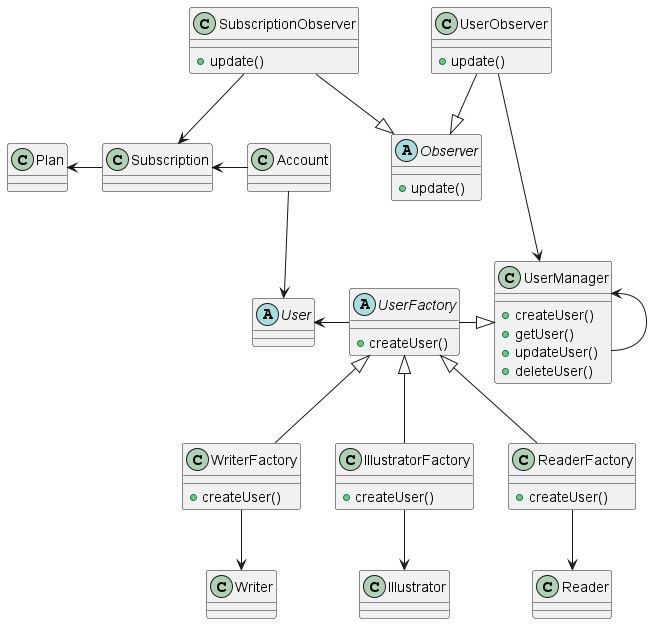
Earlier version of the PlantUML export assets/Class Diagrams/ArtCollab_UserContext.png (Aplicaciones-Web-WX53-Group2-ArtCollab/Report).
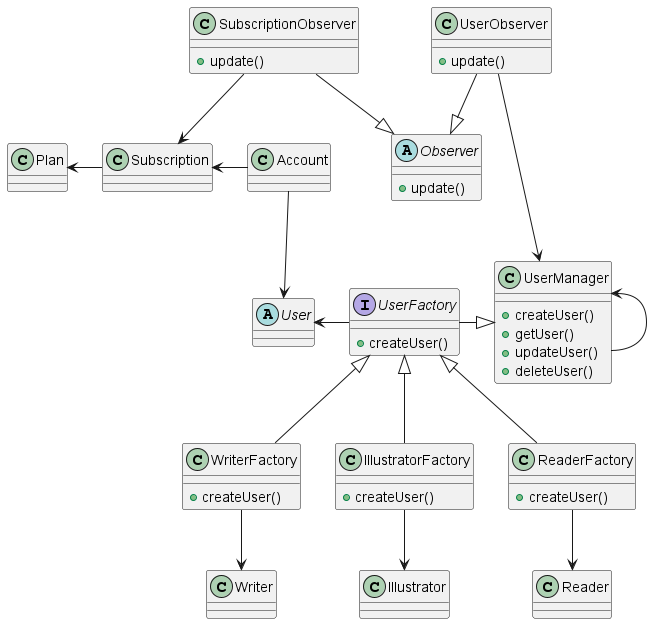
After the change.

Commit message:
fix: Corrected User Context Class Diagram

Diff of the diagram source:
```diff
@@ -27,7 +27,7 @@
 
 }
 
-Abstract class UserFactory{
+Interface UserFactory{
     +createUser()
 }
 
```
